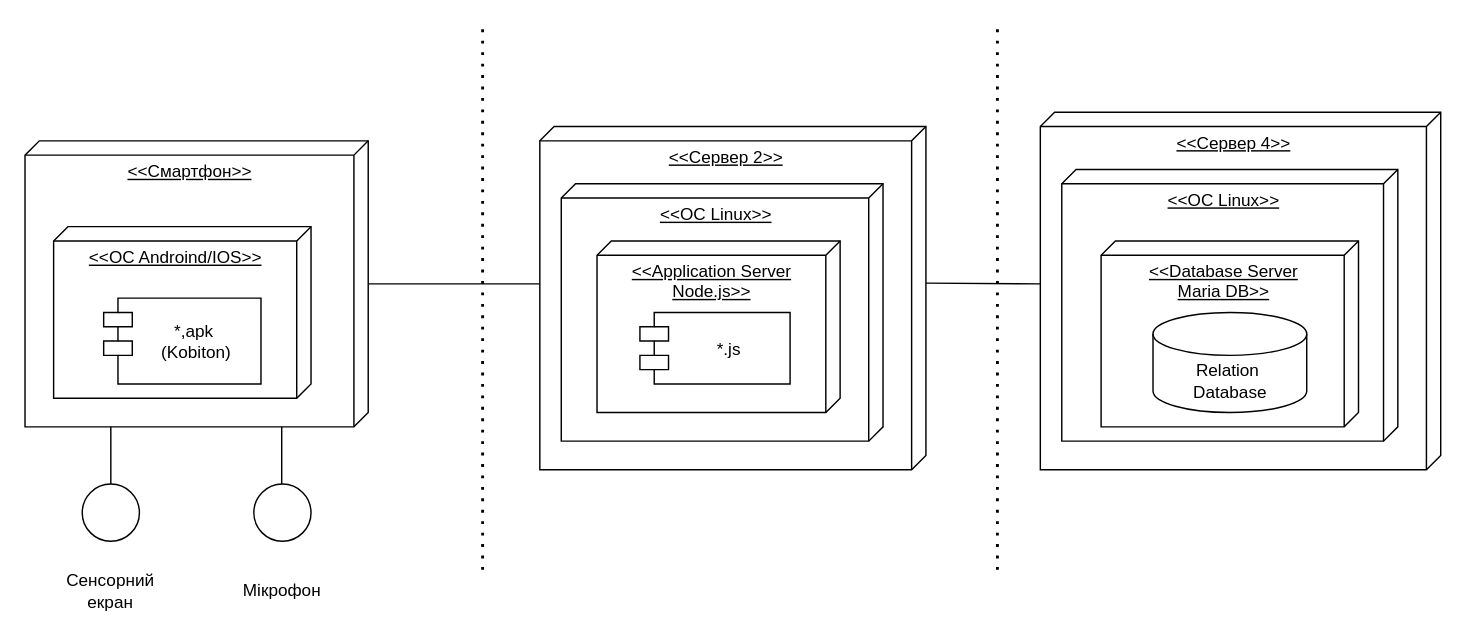
The draw.io diagram 1-SoftwareRequirements/1.5-SoftwareProjectPlanning/1.5.1-SoftwareArchitectConcept/SoftwareArchitectConcept.drawio in oleksandrblazhko/ai204-pargalova, before the edit. Source tidied: cells renumbered, new cells numbered last; positions are measured from the earlier drawing's top-left corner, leaving out a move shared by most shapes. Both pictures are drawn from the tidied source at 143%, with x=0, y=0 at pixel (24, 26).
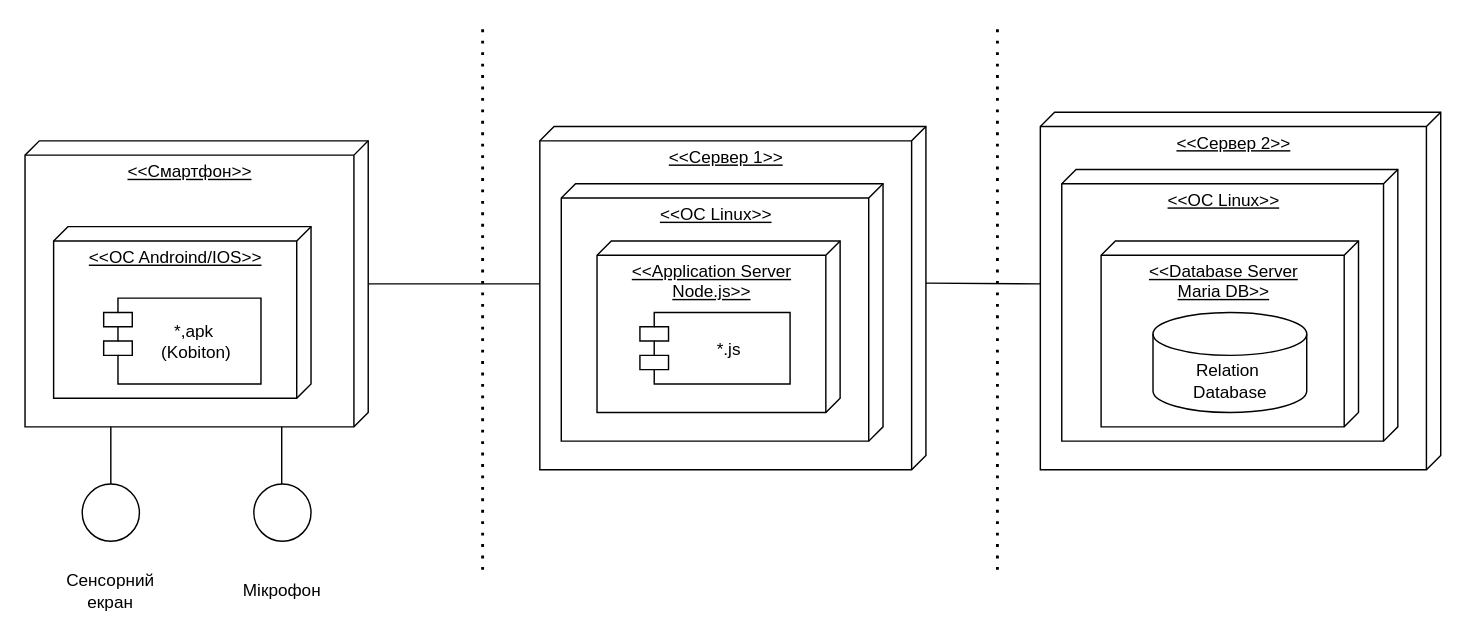
The same page after the edit.

What changed in the source:
```diff
@@
-    <mxCell id="13" value="&amp;lt;&amp;lt;Cервер 2&amp;gt;&amp;gt;" style="verticalAlign=top;align=center;spacingTop=8;spacingLeft=2;spacingRight=12;shape=cube;size=10;direction=south;fontStyle=4;html=1;" parent="1" vertex="1">
+    <mxCell id="13" value="&amp;lt;&amp;lt;Cервер 1&amp;gt;&amp;gt;" style="verticalAlign=top;align=center;spacingTop=8;spacingLeft=2;spacingRight=12;shape=cube;size=10;direction=south;fontStyle=4;html=1;" parent="1" vertex="1">
       <mxGeometry x="360" y="70" width="270" height="240" as="geometry" />
     </mxCell>
@@
-    <mxCell id="19" value="&amp;lt;&amp;lt;Cервер 4&amp;gt;&amp;gt;" style="verticalAlign=top;align=center;spacingTop=8;spacingLeft=2;spacingRight=12;shape=cube;size=10;direction=south;fontStyle=4;html=1;" parent="1" vertex="1">
+    <mxCell id="19" value="&amp;lt;&amp;lt;Cервер 2&amp;gt;&amp;gt;" style="verticalAlign=top;align=center;spacingTop=8;spacingLeft=2;spacingRight=12;shape=cube;size=10;direction=south;fontStyle=4;html=1;" parent="1" vertex="1">
       <mxGeometry x="710" y="60" width="280" height="250" as="geometry" />
     </mxCell>
```
